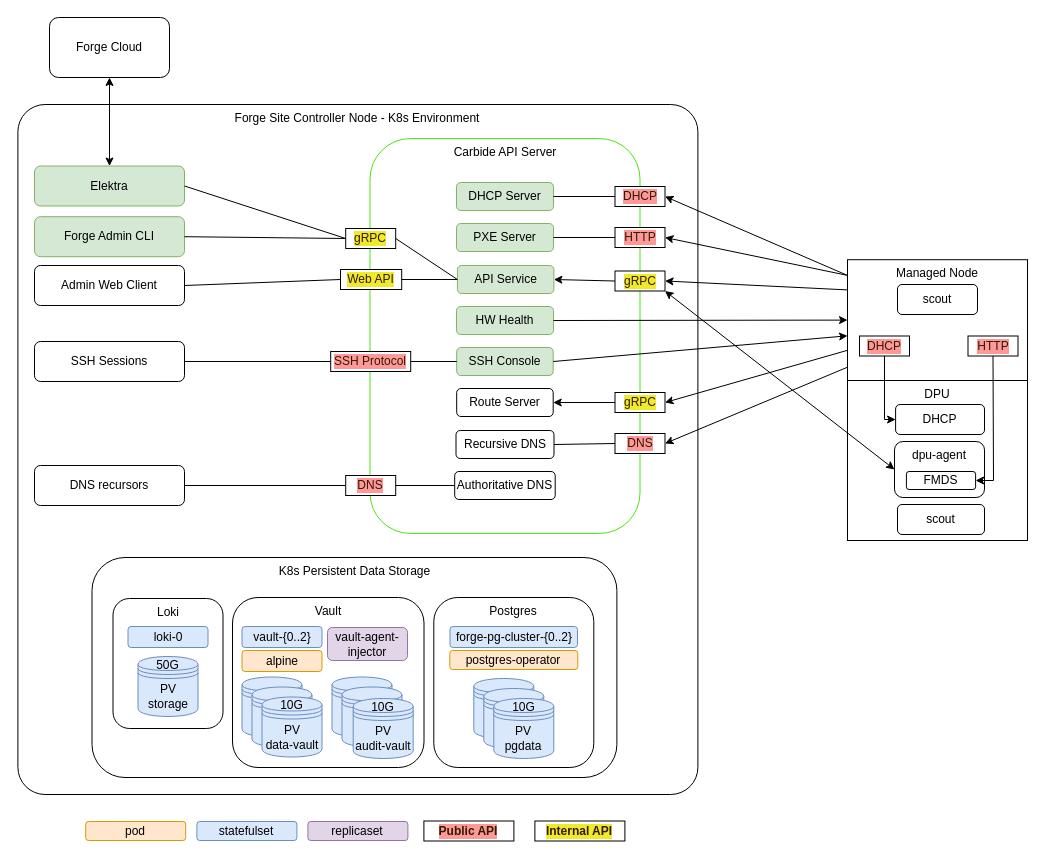
The draw.io diagram page "Overview" (1 of 2) of book/src/static/site-controller.drawio in NVIDIA/bare-metal-manager-core, before the edit. Source tidied: cells renumbered, new cells numbered last; positions are measured from the earlier drawing's top-left corner, leaving out a move shared by most shapes. Both pictures are drawn from the tidied source at 100%, with x=0, y=0 at pixel (17, 17).
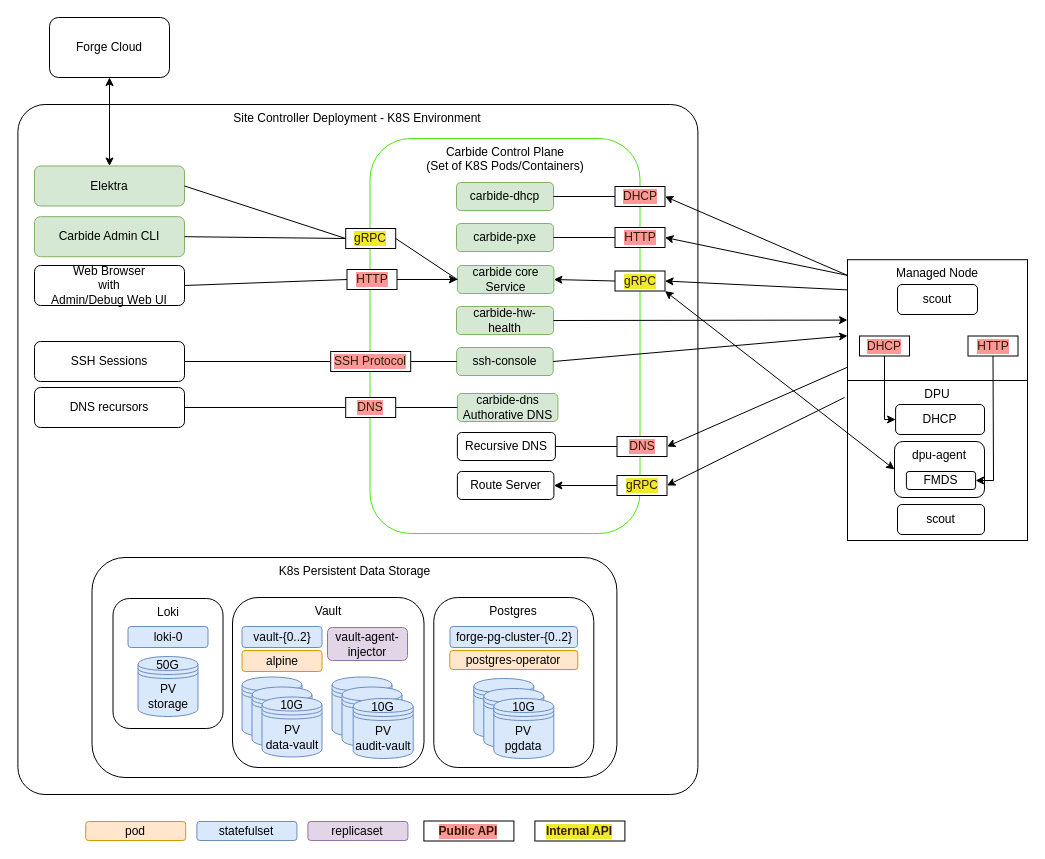
After the change.

Commit message (it also covers changes not shown here):
docs: Extend Carbide architecture documentation

The change refers to these unchanged cells:
```xml
<mxCell id="44" value="Managed Node" style="rounded=0;whiteSpace=wrap;html=1;verticalAlign=top;points=[[0,0,0,0,0],[0,0.13,0,0,0],[0,0.25,0,0,0],[0,0.38,0,0,0],[0,0.5,0,0,0],[0,0.63,0,0,0],[0,0.75,0,0,0],[0,0.89,0,0,0],[0,1,0,0,0],[0.25,0,0,0,0],[0.25,1,0,0,0],[0.5,0,0,0,0],[0.5,1,0,0,0],[0.75,0,0,0,0],[0.75,1,0,0,0],[1,0,0,0,0],[1,0.25,0,0,0],[1,0.5,0,0,0],[1,0.75,0,0,0],[1,1,0,0,0]];" parent="1" vertex="1">
  <mxGeometry x="830" y="242.2" width="180" height="120.8" as="geometry" />
</mxCell>
```

What changed in the source:
```diff
@@
-    <mxCell id="3" value="Forge Site Controller Node - K8s Environment" style="rounded=1;whiteSpace=wrap;html=1;arcSize=4;verticalAlign=top;" parent="1" vertex="1">
+    <mxCell id="3" value="Site Controller Deployment - K8S Environment" style="rounded=1;whiteSpace=wrap;html=1;arcSize=4;verticalAlign=top;" parent="1" vertex="1">
       <mxGeometry x="0.4" y="87" width="680" height="690" as="geometry" />
     </mxCell>
@@
-    <mxCell id="7" value="Carbide API Server" style="rounded=1;whiteSpace=wrap;html=1;verticalAlign=top;strokeColor=#4be811;" parent="1" vertex="1">
+    <mxCell id="7" value="Carbide Control Plane&lt;br&gt;(Set of K8S Pods/Containers)" style="rounded=1;whiteSpace=wrap;html=1;verticalAlign=top;strokeColor=#4be811;" parent="1" vertex="1">
       <mxGeometry x="352.5" y="121" width="270" height="395" as="geometry" />
     </mxCell>
@@
-    <mxCell id="18" value="DHCP Server" style="rounded=1;whiteSpace=wrap;html=1;fillColor=#d5e8d4;strokeColor=#82b366;" parent="1" vertex="1">
+    <mxCell id="18" value="carbide-dhcp" style="rounded=1;whiteSpace=wrap;html=1;fillColor=#d5e8d4;strokeColor=#82b366;" parent="1" vertex="1">
       <mxGeometry x="439" y="165" width="97" height="28" as="geometry" />
     </mxCell>
-    <mxCell id="19" value="PXE Server" style="rounded=1;whiteSpace=wrap;html=1;fillColor=#d5e8d4;strokeColor=#82b366;" parent="1" vertex="1">
+    <mxCell id="19" value="carbide-pxe" style="rounded=1;whiteSpace=wrap;html=1;fillColor=#d5e8d4;strokeColor=#82b366;" parent="1" vertex="1">
       <mxGeometry x="439" y="206" width="97" height="28" as="geometry" />
     </mxCell>
-    <mxCell id="20" value="HW Health" style="rounded=1;whiteSpace=wrap;html=1;fillColor=#d5e8d4;strokeColor=#82b366;" parent="1" vertex="1">
+    <mxCell id="20" value="carbide-hw-health" style="rounded=1;whiteSpace=wrap;html=1;fillColor=#d5e8d4;strokeColor=#82b366;" parent="1" vertex="1">
       <mxGeometry x="439" y="289" width="97" height="28" as="geometry" />
     </mxCell>
-    <mxCell id="21" value="SSH Console" style="rounded=1;whiteSpace=wrap;html=1;fillColor=#d5e8d4;strokeColor=#82b366;" parent="1" vertex="1">
+    <mxCell id="21" value="ssh-console" style="rounded=1;whiteSpace=wrap;html=1;fillColor=#d5e8d4;strokeColor=#82b366;" parent="1" vertex="1">
       <mxGeometry x="439.2" y="330" width="96.5" height="28" as="geometry" />
     </mxCell>
     <mxCell id="22" value="Route Server" style="rounded=1;whiteSpace=wrap;html=1;" parent="1" vertex="1">
-      <mxGeometry x="439.2" y="371" width="96.5" height="28" as="geometry" />
+      <mxGeometry x="439.9" y="454" width="96.5" height="28" as="geometry" />
     </mxCell>
     <mxCell id="23" value="Recursive DNS" style="rounded=1;whiteSpace=wrap;html=1;" parent="1" vertex="1">
-      <mxGeometry x="438.5" y="413" width="98" height="28" as="geometry" />
+      <mxGeometry x="439.9" y="415" width="98" height="28" as="geometry" />
     </mxCell>
-    <mxCell id="24" value="API Service" style="rounded=1;whiteSpace=wrap;html=1;fillColor=#d5e8d4;strokeColor=#82b366;" parent="1" vertex="1">
+    <mxCell id="24" value="carbide core Service" style="rounded=1;whiteSpace=wrap;html=1;fillColor=#d5e8d4;strokeColor=#82b366;" parent="1" vertex="1">
       <mxGeometry x="439.9" y="248" width="96.5" height="28" as="geometry" />
     </mxCell>
@@
     <mxCell id="32" value="DNS" style="html=1;whiteSpace=wrap;labelBackgroundColor=#FF9999;fontColor=#331A00;rotation=0;" parent="1" vertex="1">
-      <mxGeometry x="597.5" y="416" width="50" height="20" as="geometry" />
+      <mxGeometry x="599.5" y="419" width="50" height="20" as="geometry" />
     </mxCell>
-    <mxCell id="33" style="endArrow=classic;html=1;rounded=0;entryX=1;entryY=0.5;entryDx=0;entryDy=0;exitX=0;exitY=0.75;exitDx=0;exitDy=0;" parent="1" edge="1" source="44" target="34">
-      <mxGeometry relative="1" as="geometry" />
+    <mxCell id="33" style="endArrow=classic;html=1;rounded=0;entryX=1;entryY=0.5;entryDx=0;entryDy=0;" parent="1" edge="1" target="34">
+      <mxGeometry relative="1" as="geometry">
+        <mxPoint x="827" y="380" as="sourcePoint" />
+      </mxGeometry>
     </mxCell>
     <mxCell id="34" value="gRPC" style="html=1;whiteSpace=wrap;labelBackgroundColor=#f0ea2d;fontColor=#331A00;" parent="1" vertex="1">
-      <mxGeometry x="597.5" y="375" width="50" height="20" as="geometry" />
+      <mxGeometry x="599.5" y="458" width="50" height="20" as="geometry" />
     </mxCell>
@@
-    <mxCell id="37" value="Authoritative DNS" style="rounded=1;whiteSpace=wrap;html=1;" parent="1" vertex="1">
-      <mxGeometry x="437.2" y="454" width="100.5" height="28" as="geometry" />
+    <mxCell id="37" value="carbide-dns&lt;br&gt;Authorative DNS" style="rounded=1;whiteSpace=wrap;html=1;fillColor=#d5e8d4;strokeColor=#82b366;" parent="1" vertex="1">
+      <mxGeometry x="439.9" y="376" width="100.5" height="28" as="geometry" />
     </mxCell>
@@
-    <mxCell id="53" value="HTTP" style="html=1;whiteSpace=wrap;labelBackgroundColor=#ff9999;fontColor=#331A00;" parent="1" vertex="1">
+    <mxCell id="53" value="&lt;span style=&quot;color: rgb(51, 26, 0);&quot;&gt;HTTP&lt;/span&gt;" style="html=1;whiteSpace=wrap;labelBackgroundColor=#ff9999;fontColor=#331A00;" parent="1" vertex="1">
       <mxGeometry x="597.5" y="210" width="50" height="20" as="geometry" />
     </mxCell>
@@
     <mxCell id="61" value="DNS recursors" style="rounded=1;whiteSpace=wrap;html=1;" parent="1" vertex="1">
-      <mxGeometry x="17" y="448" width="150" height="40" as="geometry" />
+      <mxGeometry x="17" y="370" width="150" height="40" as="geometry" />
     </mxCell>
@@
     <mxCell id="64" value="DNS" style="html=1;whiteSpace=wrap;labelBackgroundColor=#FF9999;fontColor=#331A00;rotation=0;" parent="1" vertex="1">
-      <mxGeometry x="328.2" y="458" width="50" height="20" as="geometry" />
+      <mxGeometry x="328.2" y="380" width="50" height="20" as="geometry" />
     </mxCell>
@@
-    <mxCell id="67" value="Forge Admin CLI" style="rounded=1;whiteSpace=wrap;html=1;verticalAlign=middle;fillColor=#d5e8d4;strokeColor=#82b366;" parent="1" vertex="1">
+    <mxCell id="67" value="Carbide Admin CLI" style="rounded=1;whiteSpace=wrap;html=1;verticalAlign=middle;fillColor=#d5e8d4;strokeColor=#82b366;" parent="1" vertex="1">
       <mxGeometry x="17" y="199.2" width="150" height="40" as="geometry" />
     </mxCell>
@@
-    <mxCell id="70" value="Admin Web Client" style="rounded=1;whiteSpace=wrap;html=1;" parent="1" vertex="1">
+    <mxCell id="70" value="Web Browser&lt;br&gt;with&lt;br&gt;Admin/Debug Web UI" style="rounded=1;whiteSpace=wrap;html=1;" parent="1" vertex="1">
       <mxGeometry x="17" y="248" width="150" height="40" as="geometry" />
     </mxCell>
-    <mxCell id="71" value="Web API" style="html=1;whiteSpace=wrap;labelBackgroundColor=#f0ea2d;fontColor=#331A00;" parent="1" vertex="1">
-      <mxGeometry x="323" y="252" width="61.2" height="20" as="geometry" />
-    </mxCell>
@@
-    <mxCell id="73" style="endArrow=none;html=1;rounded=0;exitX=1;exitY=0.5;exitDx=0;exitDy=0;entryX=0;entryY=0.5;entryDx=0;entryDy=0;" parent="1" edge="1" source="70" target="71">
+    <mxCell id="73" style="endArrow=none;html=1;rounded=0;exitX=1;exitY=0.5;exitDx=0;exitDy=0;entryX=0;entryY=0.5;entryDx=0;entryDy=0;" parent="1" edge="1" source="70" target="91">
       <mxGeometry relative="1" as="geometry" />
     </mxCell>
-    <mxCell id="74" style="endArrow=none;html=1;rounded=0;entryX=0;entryY=0.5;entryDx=0;entryDy=0;exitX=1;exitY=0.5;exitDx=0;exitDy=0;" parent="1" edge="1" source="71" target="24">
-      <mxGeometry relative="1" as="geometry" />
+    <mxCell id="74" style="endArrow=none;html=1;rounded=0;entryX=0;entryY=0.5;entryDx=0;entryDy=0;exitX=1;exitY=0.5;exitDx=0;exitDy=0;" parent="1" edge="1" target="24">
+      <mxGeometry relative="1" as="geometry">
+        <mxPoint x="384.2" y="262" as="sourcePoint" />
+      </mxGeometry>
     </mxCell>
@@
+    <mxCell id="90" style="edgeStyle=none;html=1;" parent="1" edge="1" source="91" target="24">
+      <mxGeometry relative="1" as="geometry" />
+    </mxCell>
+    <mxCell id="91" value="&lt;span style=&quot;color: rgb(51, 26, 0);&quot;&gt;HTTP&lt;/span&gt;" style="html=1;whiteSpace=wrap;labelBackgroundColor=#ff9999;fontColor=#331A00;" parent="1" vertex="1">
+      <mxGeometry x="329.5" y="252" width="50" height="20" as="geometry" />
+    </mxCell>
```
